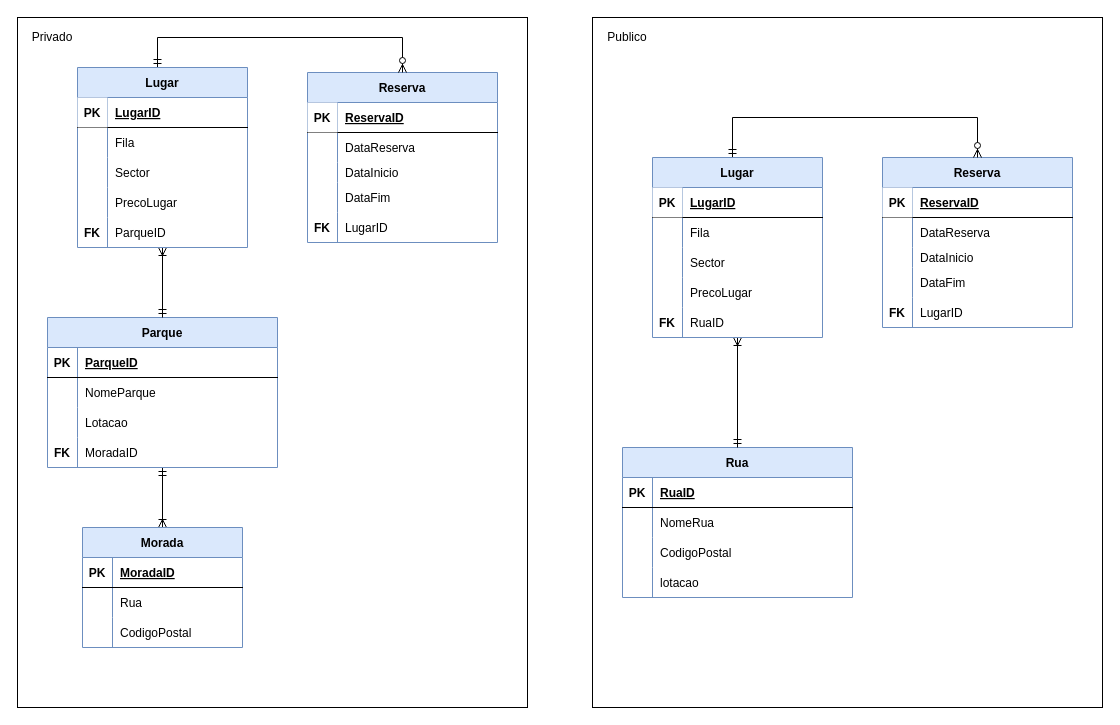
This is ERSmartParkingSprint2.drawio from PauloTor/UPskillDOTNET, a draw.io file, before an edit. Source tidied: cells renumbered, new cells numbered last; positions are measured from the earlier drawing's top-left corner, leaving out a move shared by most shapes. Both pictures are drawn from the tidied source at 100%, with x=0, y=0 at pixel (17, 17).
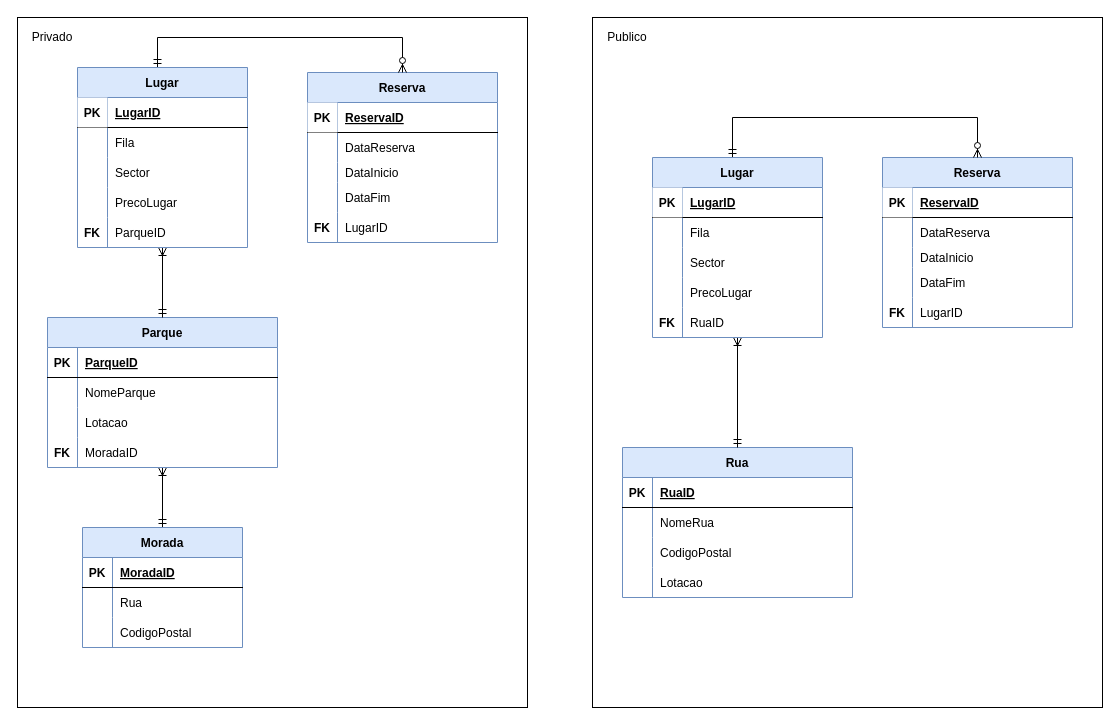
The same diagram, later.

Unchanged cells that the change refers to:
```xml
<mxCell id="20" value="Parque" style="shape=table;startSize=30;childLayout=tableLayout;rowLines=0;fontStyle=1;align=center;fillColor=#dae8fc;strokeColor=#6c8ebf;" parent="1" vertex="1">
  <mxGeometry x="30" y="300" width="230" height="150" as="geometry" />
</mxCell>
<mxCell id="51" value="Morada" style="shape=table;startSize=30;childLayout=tableLayout;rowLines=0;fontStyle=1;align=center;fillColor=#dae8fc;strokeColor=#6c8ebf;" parent="1" vertex="1">
  <mxGeometry x="65" y="510" width="160" height="120" as="geometry" />
</mxCell>
<mxCell id="89" style="shape=partialRectangle;fillColor=none;top=0;left=0;bottom=0;right=0;" parent="79" vertex="1">
  <mxGeometry y="120" width="230" height="30" as="geometry" />
</mxCell>
```

Change to the diagram source:
```diff
@@
-    <mxCell id="19" style="edgeStyle=orthogonalEdgeStyle;rounded=0;jettySize=auto;html=1;startArrow=ERmandOne;startFill=0;endArrow=ERoneToMany;endFill=0;" parent="1" edge="1" source="20" target="51">
+    <mxCell id="19" style="edgeStyle=orthogonalEdgeStyle;rounded=0;jettySize=auto;html=1;startArrow=ERoneToMany;startFill=0;endArrow=ERmandOne;endFill=0;" parent="1" edge="1" source="20" target="51">
       <mxGeometry relative="1" as="geometry" />
     </mxCell>
@@
-    <mxCell id="91" value="lotacao" style="shape=partialRectangle;fillColor=none;top=0;left=0;bottom=0;right=0;align=left;spacingLeft=6;fontStyle=0;overflow=hidden;" parent="89" vertex="1">
+    <mxCell id="91" value="Lotacao" style="shape=partialRectangle;fillColor=none;top=0;left=0;bottom=0;right=0;align=left;spacingLeft=6;fontStyle=0;overflow=hidden;" parent="89" vertex="1">
       <mxGeometry x="30" width="200" height="30" as="geometry" />
     </mxCell>
```
